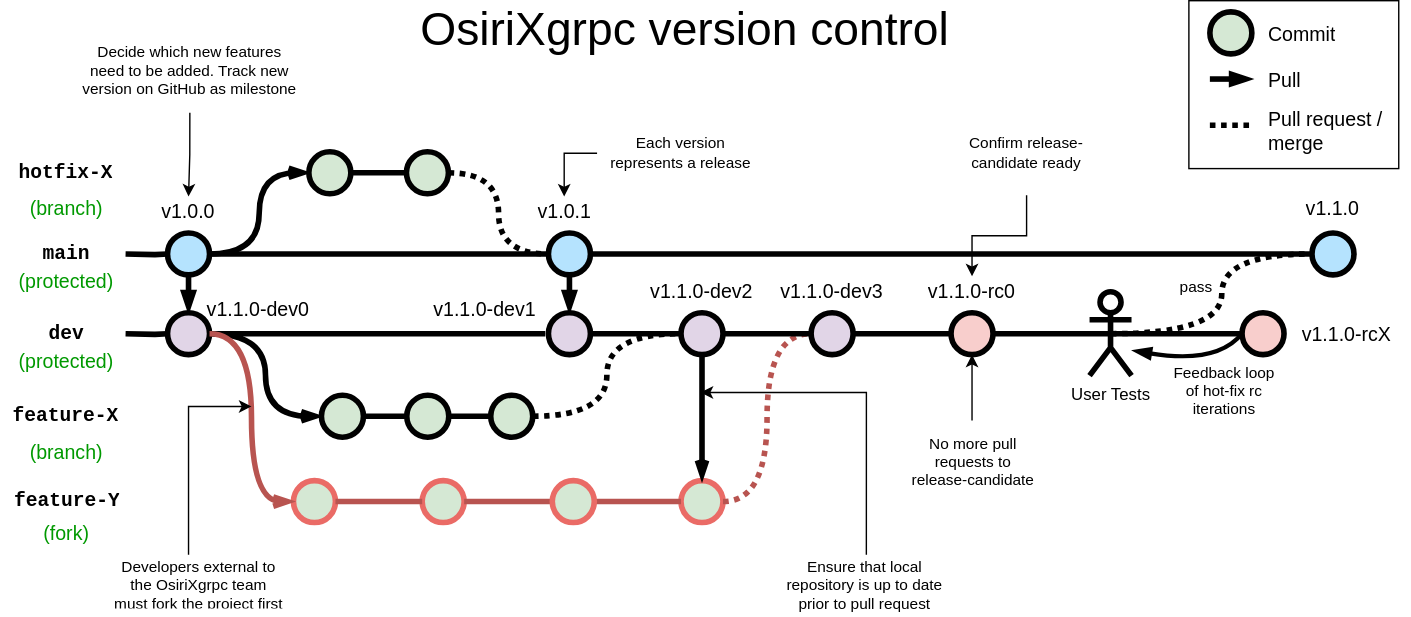
osirixgrpc/osirixgrpc keeps this draw.io diagram as docs/docs/assets/osirixgrpc.drawio.svg. Above is the earlier version. Source tidied: cells renumbered, new cells last; positions are measured from the earlier drawing's top-left corner, leaving out a move shared by most shapes.
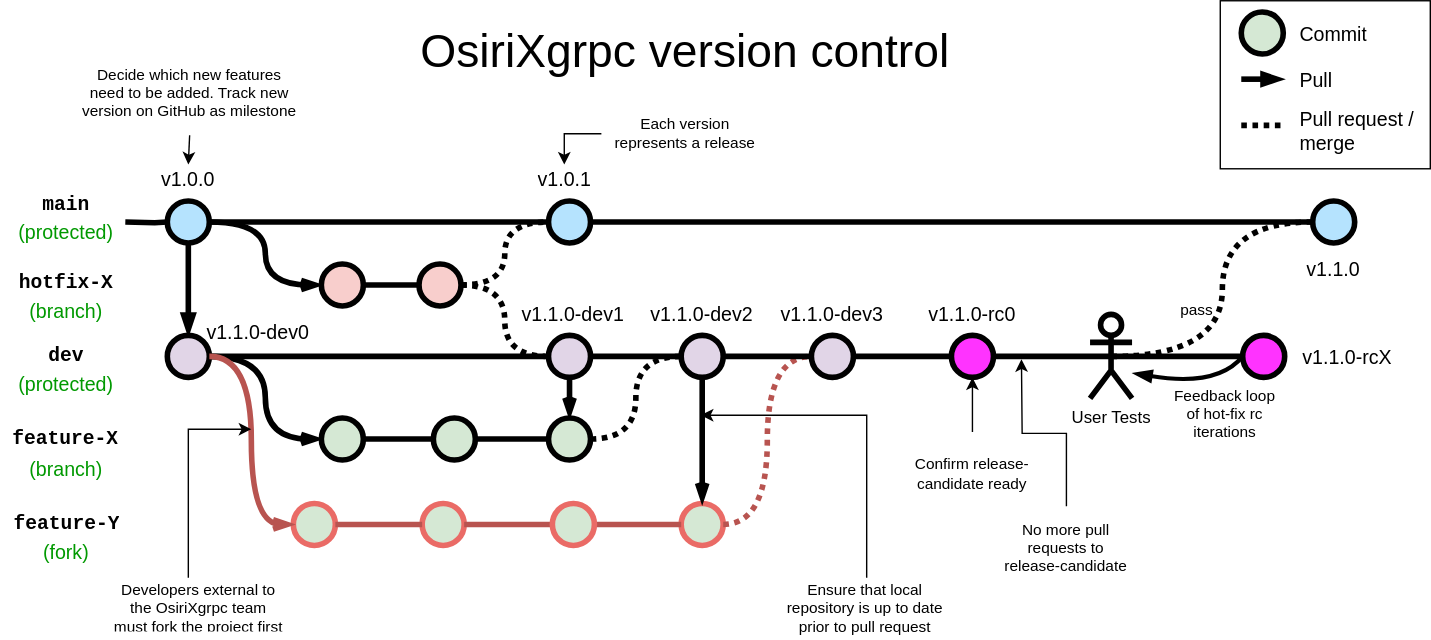
Later version of the same file.

Commit message:
Updated hotfix within image

What changed in the source:
```diff
@@ -4,2 +4,32 @@
     <mxCell id="1" parent="0" />
+    <mxCell id="82" style="group;" parent="1" vertex="1">
+      <mxGeometry x="850" width="150" height="130" as="geometry" />
+    </mxCell>
+    <mxCell id="83" style="rounded=0;whiteSpace=wrap;html=1;fillColor=none;" parent="82" vertex="1">
+      <mxGeometry x="22" y="-16" width="150" height="120" as="geometry" />
+    </mxCell>
+    <mxCell id="84" style="verticalLabelPosition=bottom;verticalAlign=top;html=1;strokeWidth=4;shape=mxgraph.flowchart.on-page_reference;plain-purple;gradientColor=none;strokeColor=#000000;fillColor=#D5E8D4;" parent="82" vertex="1">
+      <mxGeometry x="37" y="-8" width="30" height="30" as="geometry" />
+    </mxCell>
+    <mxCell id="85" value="Commit" style="text;html=1;strokeColor=none;fillColor=none;align=left;verticalAlign=middle;whiteSpace=wrap;overflow=hidden;fontSize=14;" parent="82" vertex="1">
+      <mxGeometry x="77" y="-3" width="90" height="20" as="geometry" />
+    </mxCell>
+    <mxCell id="86" style="endArrow=blockThin;html=1;rounded=0;strokeWidth=4;endFill=1;" parent="82" edge="1">
+      <mxGeometry relative="1" as="geometry">
+        <mxPoint x="37" y="40" as="sourcePoint" />
+        <mxPoint x="67" y="40" as="targetPoint" />
+      </mxGeometry>
+    </mxCell>
+    <mxCell id="87" value="Pull" style="text;html=1;strokeColor=none;fillColor=none;align=left;verticalAlign=middle;whiteSpace=wrap;overflow=hidden;fontSize=14;" parent="82" vertex="1">
+      <mxGeometry x="77" y="30" width="90" height="20" as="geometry" />
+    </mxCell>
+    <mxCell id="88" style="endArrow=none;html=1;rounded=0;strokeWidth=4;dashed=1;dashPattern=1 1;" parent="82" edge="1">
+      <mxGeometry relative="1" as="geometry">
+        <mxPoint x="37" y="73" as="sourcePoint" />
+        <mxPoint x="67" y="73" as="targetPoint" />
+      </mxGeometry>
+    </mxCell>
+    <mxCell id="89" value="Pull request / merge" style="text;html=1;strokeColor=none;fillColor=none;align=left;verticalAlign=middle;whiteSpace=wrap;overflow=hidden;fontSize=14;" parent="82" vertex="1">
+      <mxGeometry x="77" y="56" width="90" height="42" as="geometry" />
+    </mxCell>
     <mxCell id="2" style="edgeStyle=orthogonalEdgeStyle;rounded=0;html=1;jettySize=auto;plain-blue;endArrow=none;endFill=0;strokeWidth=4;strokeColor=#000000;entryX=0;entryY=0.5;entryDx=0;entryDy=0;entryPerimeter=0;" parent="1" edge="1" source="4" target="22">
@@ -11,6 +41,6 @@
     <mxCell id="4" style="verticalLabelPosition=bottom;verticalAlign=top;html=1;strokeWidth=4;shape=mxgraph.flowchart.on-page_reference;plain-blue;gradientColor=none;fillColor=#B5E3Fe;strokeColor=#000000;" parent="1" vertex="1">
-      <mxGeometry x="120" y="166" width="30" height="30" as="geometry" />
+      <mxGeometry x="120" y="127" width="30" height="30" as="geometry" />
     </mxCell>
     <mxCell id="5" style="verticalLabelPosition=bottom;verticalAlign=top;html=1;strokeWidth=4;shape=mxgraph.flowchart.on-page_reference;plain-blue;gradientColor=none;strokeColor=#000000;fillColor=#B5E3FE;" parent="1" vertex="1">
-      <mxGeometry x="938" y="166" width="30" height="30" as="geometry" />
+      <mxGeometry x="938" y="127" width="30" height="30" as="geometry" />
     </mxCell>
@@ -18,3 +48,3 @@
       <mxGeometry x="192.2" y="211" as="geometry">
-        <mxPoint x="90" y="181" as="sourcePoint" />
+        <mxPoint x="90" y="142" as="sourcePoint" />
       </mxGeometry>
@@ -22,3 +52,3 @@
     <mxCell id="7" value="main" style="text;html=1;strokeColor=none;fillColor=none;align=center;verticalAlign=middle;whiteSpace=wrap;overflow=hidden;fontSize=14;fontStyle=1;fontFamily=Courier New;" parent="1" vertex="1">
-      <mxGeometry x="23" y="160" width="50" height="42" as="geometry" />
+      <mxGeometry x="23" y="109" width="50" height="42" as="geometry" />
     </mxCell>
@@ -28,6 +58,6 @@
     <mxCell id="9" value="(protected)" style="text;html=1;strokeColor=none;fillColor=none;align=left;verticalAlign=middle;whiteSpace=wrap;overflow=hidden;fontSize=14;fontStyle=0;fontColor=#009900;" parent="1" vertex="1">
-      <mxGeometry x="12.1" y="190" width="71.8" height="20" as="geometry" />
+      <mxGeometry x="12.1" y="139" width="71.8" height="20" as="geometry" />
     </mxCell>
     <mxCell id="10" value="v1.0.0" style="text;html=1;strokeColor=none;fillColor=none;align=center;verticalAlign=middle;whiteSpace=wrap;overflow=hidden;fontSize=14;" parent="1" vertex="1">
-      <mxGeometry x="100" y="140" width="70" height="20" as="geometry" />
+      <mxGeometry x="100" y="101" width="70" height="20" as="geometry" />
     </mxCell>
@@ -37,3 +67,3 @@
     <mxCell id="12" value="&lt;span style=&quot;font-size: 11px;&quot;&gt;Each version represents a release&lt;/span&gt;" style="text;html=1;strokeColor=none;fillColor=none;align=center;verticalAlign=middle;whiteSpace=wrap;overflow=hidden;fontSize=11;fontStyle=0;fontColor=#000000;" parent="1" vertex="1">
-      <mxGeometry x="427" y="90" width="120" height="38" as="geometry" />
+      <mxGeometry x="430" y="60" width="120" height="38" as="geometry" />
     </mxCell>
@@ -42,9 +72,4 @@
     </mxCell>
-    <mxCell id="14" style="endArrow=classic;html=1;strokeWidth=1;fontFamily=Courier New;fontColor=#009900;entryX=0.5;entryY=1;entryDx=0;entryDy=0;entryPerimeter=0;" parent="1" edge="1" target="56">
-      <mxGeometry relative="1" as="geometry">
-        <mxPoint x="695" y="300" as="sourcePoint" />
-      </mxGeometry>
-    </mxCell>
     <mxCell id="15" value="&lt;span style=&quot;font-size: 11px;&quot;&gt;No more pull requests to release-candidate&lt;br style=&quot;font-size: 11px;&quot;&gt;&lt;/span&gt;" style="text;html=1;strokeColor=none;fillColor=none;align=center;verticalAlign=middle;whiteSpace=wrap;overflow=hidden;fontSize=11;fontStyle=0;fontColor=#000000;" parent="1" vertex="1">
-      <mxGeometry x="647.1" y="300" width="97.8" height="60" as="geometry" />
+      <mxGeometry x="713.2" y="345" width="97.8" height="60" as="geometry" />
     </mxCell>
@@ -54,3 +79,3 @@
     <mxCell id="17" value="v1.0.1" style="text;html=1;strokeColor=none;fillColor=none;align=center;verticalAlign=middle;whiteSpace=wrap;overflow=hidden;fontSize=14;" parent="1" vertex="1">
-      <mxGeometry x="368.5" y="140" width="70" height="20" as="geometry" />
+      <mxGeometry x="368.5" y="101" width="70" height="20" as="geometry" />
     </mxCell>
@@ -59,7 +84,7 @@
     </mxCell>
-    <mxCell id="19" style="verticalLabelPosition=bottom;verticalAlign=top;html=1;strokeWidth=4;shape=mxgraph.flowchart.on-page_reference;plain-purple;gradientColor=none;strokeColor=#000000;fillColor=#D5E8D4;" parent="1" vertex="1">
-      <mxGeometry x="221" y="108" width="30" height="30" as="geometry" />
+    <mxCell id="19" style="verticalLabelPosition=bottom;verticalAlign=top;html=1;strokeWidth=4;shape=mxgraph.flowchart.on-page_reference;strokeColor=#000000;fillColor=#f8cecc;" parent="1" vertex="1">
+      <mxGeometry x="230" y="172" width="30" height="30" as="geometry" />
     </mxCell>
-    <mxCell id="20" style="verticalLabelPosition=bottom;verticalAlign=top;html=1;strokeWidth=4;shape=mxgraph.flowchart.on-page_reference;plain-purple;gradientColor=none;strokeColor=#000000;fillColor=#D5E8D4;" parent="1" vertex="1">
-      <mxGeometry x="290.8" y="108" width="30" height="30" as="geometry" />
+    <mxCell id="20" style="verticalLabelPosition=bottom;verticalAlign=top;html=1;strokeWidth=4;shape=mxgraph.flowchart.on-page_reference;strokeColor=#000000;fillColor=#f8cecc;" parent="1" vertex="1">
+      <mxGeometry x="299.8" y="172" width="30" height="30" as="geometry" />
     </mxCell>
@@ -69,3 +94,3 @@
     <mxCell id="22" style="verticalLabelPosition=bottom;verticalAlign=top;html=1;strokeWidth=4;shape=mxgraph.flowchart.on-page_reference;plain-blue;gradientColor=none;fillColor=#B5E3Fe;strokeColor=#000000;" parent="1" vertex="1">
-      <mxGeometry x="392.2" y="166" width="30" height="30" as="geometry" />
+      <mxGeometry x="392.2" y="127" width="30" height="30" as="geometry" />
     </mxCell>
@@ -83,7 +108,2 @@
     </mxCell>
-    <mxCell id="27" style="edgeStyle=orthogonalEdgeStyle;rounded=0;html=1;jettySize=auto;strokeWidth=4;endArrow=none;endFill=0;" parent="1" edge="1" target="25">
-      <mxGeometry x="192.2" y="211" as="geometry">
-        <mxPoint x="90" y="238" as="sourcePoint" />
-      </mxGeometry>
-    </mxCell>
     <mxCell id="28" value="dev" style="text;html=1;strokeColor=none;fillColor=none;align=center;verticalAlign=middle;whiteSpace=wrap;overflow=hidden;fontSize=14;fontStyle=1;fontFamily=Courier New;" parent="1" vertex="1">
@@ -98,3 +118,3 @@
     <mxCell id="31" style="verticalLabelPosition=bottom;verticalAlign=top;html=1;strokeWidth=4;shape=mxgraph.flowchart.on-page_reference;plain-purple;gradientColor=none;strokeColor=#000000;fillColor=#D5E8D4;" parent="1" vertex="1">
-      <mxGeometry x="291" y="282" width="30" height="30" as="geometry" />
+      <mxGeometry x="310" y="282" width="30" height="30" as="geometry" />
     </mxCell>
@@ -112,3 +132,3 @@
     <mxCell id="35" style="verticalLabelPosition=bottom;verticalAlign=top;html=1;strokeWidth=4;shape=mxgraph.flowchart.on-page_reference;plain-purple;gradientColor=none;strokeColor=#000000;fillColor=#D5E8D4;" parent="1" vertex="1">
-      <mxGeometry x="351" y="282" width="30" height="30" as="geometry" />
+      <mxGeometry x="392.2" y="282" width="30" height="30" as="geometry" />
     </mxCell>
@@ -121,7 +141,4 @@
     <mxCell id="38" value="v1.1.0" style="text;html=1;strokeColor=none;fillColor=none;align=center;verticalAlign=middle;whiteSpace=wrap;overflow=hidden;fontSize=14;" parent="1" vertex="1">
-      <mxGeometry x="918" y="138" width="70" height="20" as="geometry" />
+      <mxGeometry x="918" y="165" width="70" height="20" as="geometry" />
     </mxCell>
-    <mxCell id="39" style="edgeStyle=orthogonalEdgeStyle;rounded=0;html=1;jettySize=auto;plain-blue;endArrow=blockThin;endFill=1;strokeWidth=4;strokeColor=#000000;exitX=0.5;exitY=1;exitDx=0;exitDy=0;exitPerimeter=0;entryX=0.5;entryY=0;entryDx=0;entryDy=0;entryPerimeter=0;" parent="1" edge="1" source="22" target="36">
-      <mxGeometry x="292.2" y="211" as="geometry" />
-    </mxCell>
     <mxCell id="40" value="v1.1.0-dev0" style="text;html=1;strokeColor=none;fillColor=none;align=center;verticalAlign=middle;whiteSpace=wrap;overflow=hidden;fontSize=14;" parent="1" vertex="1">
@@ -130,7 +147,4 @@
     <mxCell id="41" value="v1.1.0-dev1" style="text;html=1;strokeColor=none;fillColor=none;align=center;verticalAlign=middle;whiteSpace=wrap;overflow=hidden;fontSize=14;" parent="1" vertex="1">
-      <mxGeometry x="302.2" y="210" width="90" height="20" as="geometry" />
+      <mxGeometry x="365" y="197" width="90" height="20" as="geometry" />
     </mxCell>
-    <mxCell id="42" value="hotfix-X" style="text;html=1;strokeColor=none;fillColor=none;align=center;verticalAlign=middle;whiteSpace=wrap;overflow=hidden;fontSize=14;fontStyle=1;fontFamily=Courier New;" parent="1" vertex="1">
-      <mxGeometry x="0.5" y="102" width="95" height="42" as="geometry" />
-    </mxCell>
     <mxCell id="43" value="v1.1.0-dev2" style="text;html=1;strokeColor=none;fillColor=none;align=center;verticalAlign=middle;whiteSpace=wrap;overflow=hidden;fontSize=14;" parent="1" vertex="1">
@@ -174,3 +188,3 @@
     </mxCell>
-    <mxCell id="56" style="verticalLabelPosition=bottom;verticalAlign=top;html=1;strokeWidth=4;shape=mxgraph.flowchart.on-page_reference;strokeColor=#000000;fillColor=#f8cecc;" parent="1" vertex="1">
+    <mxCell id="56" style="verticalLabelPosition=bottom;verticalAlign=top;html=1;strokeWidth=4;shape=mxgraph.flowchart.on-page_reference;strokeColor=#000000;fillColor=#FF33FF;" parent="1" vertex="1">
       <mxGeometry x="680" y="223" width="30" height="30" as="geometry" />
@@ -189,3 +203,3 @@
     </mxCell>
-    <mxCell id="61" style="verticalLabelPosition=bottom;verticalAlign=top;html=1;strokeWidth=4;shape=mxgraph.flowchart.on-page_reference;strokeColor=#000000;fillColor=#f8cecc;" parent="1" vertex="1">
+    <mxCell id="61" style="verticalLabelPosition=bottom;verticalAlign=top;html=1;strokeWidth=4;shape=mxgraph.flowchart.on-page_reference;strokeColor=#000000;fillColor=#FF33FF;" parent="1" vertex="1">
       <mxGeometry x="888" y="223" width="30" height="30" as="geometry" />
@@ -222,3 +236,3 @@
     <mxCell id="70" value="(fork)" style="text;html=1;strokeColor=none;fillColor=none;align=center;verticalAlign=middle;whiteSpace=wrap;overflow=hidden;fontSize=14;fontStyle=0;fontColor=#009900;" parent="1" vertex="1">
-      <mxGeometry x="12.1" y="370" width="71.8" height="20" as="geometry" />
+      <mxGeometry x="12.1" y="367" width="71.8" height="20" as="geometry" />
     </mxCell>
@@ -257,8 +271,5 @@
     <mxCell id="78" value="(branch)" style="text;html=1;strokeColor=none;fillColor=none;align=center;verticalAlign=middle;whiteSpace=wrap;overflow=hidden;fontSize=14;fontStyle=0;fontColor=#009900;" parent="1" vertex="1">
-      <mxGeometry x="12.1" y="312" width="71.8" height="20" as="geometry" />
+      <mxGeometry x="12.1" y="308" width="71.8" height="20" as="geometry" />
     </mxCell>
-    <mxCell id="79" value="(branch)" style="text;html=1;strokeColor=none;fillColor=none;align=center;verticalAlign=middle;whiteSpace=wrap;overflow=hidden;fontSize=14;fontStyle=0;fontColor=#009900;" parent="1" vertex="1">
-      <mxGeometry x="12.1" y="138" width="71.8" height="20" as="geometry" />
-    </mxCell>
-    <mxCell id="80" style="edgeStyle=orthogonalEdgeStyle;rounded=0;jettySize=auto;html=1;entryX=0.5;entryY=0;entryDx=0;entryDy=0;" parent="1" edge="1" source="81" target="57">
+    <mxCell id="80" style="edgeStyle=orthogonalEdgeStyle;rounded=0;jettySize=auto;html=1;entryX=0.5;entryY=1;entryDx=0;entryDy=0;entryPerimeter=0;" parent="1" edge="1" source="81" target="56">
       <mxGeometry relative="1" as="geometry" />
@@ -266,34 +277,24 @@
     <mxCell id="81" value="&lt;span style=&quot;font-size: 11px;&quot;&gt;Confirm release-candidate ready&lt;br style=&quot;font-size: 11px;&quot;&gt;&lt;/span&gt;" style="text;html=1;strokeColor=none;fillColor=none;align=center;verticalAlign=middle;whiteSpace=wrap;overflow=hidden;fontSize=11;fontStyle=0;fontColor=#000000;" parent="1" vertex="1">
-      <mxGeometry x="684" y="79" width="100" height="60" as="geometry" />
+      <mxGeometry x="645" y="292" width="100" height="60" as="geometry" />
     </mxCell>
-    <mxCell id="82" style="group;" parent="1" vertex="1">
-      <mxGeometry x="850" width="150" height="130" as="geometry" />
-    </mxCell>
-    <mxCell id="83" style="rounded=0;whiteSpace=wrap;html=1;fillColor=none;" parent="82" vertex="1">
-      <mxGeometry width="150" height="120" as="geometry" />
-    </mxCell>
-    <mxCell id="84" style="verticalLabelPosition=bottom;verticalAlign=top;html=1;strokeWidth=4;shape=mxgraph.flowchart.on-page_reference;plain-purple;gradientColor=none;strokeColor=#000000;fillColor=#D5E8D4;" parent="82" vertex="1">
-      <mxGeometry x="15" y="8" width="30" height="30" as="geometry" />
-    </mxCell>
-    <mxCell id="85" value="Commit" style="text;html=1;strokeColor=none;fillColor=none;align=left;verticalAlign=middle;whiteSpace=wrap;overflow=hidden;fontSize=14;" parent="82" vertex="1">
-      <mxGeometry x="55" y="13" width="90" height="20" as="geometry" />
-    </mxCell>
-    <mxCell id="86" style="endArrow=blockThin;html=1;rounded=0;strokeWidth=4;endFill=1;" parent="82" edge="1">
-      <mxGeometry relative="1" as="geometry">
-        <mxPoint x="15" y="56" as="sourcePoint" />
-        <mxPoint x="45" y="56" as="targetPoint" />
-      </mxGeometry>
-    </mxCell>
-    <mxCell id="87" value="Pull" style="text;html=1;strokeColor=none;fillColor=none;align=left;verticalAlign=middle;whiteSpace=wrap;overflow=hidden;fontSize=14;" parent="82" vertex="1">
-      <mxGeometry x="55" y="46" width="90" height="20" as="geometry" />
-    </mxCell>
-    <mxCell id="88" style="endArrow=none;html=1;rounded=0;strokeWidth=4;dashed=1;dashPattern=1 1;" parent="82" edge="1">
-      <mxGeometry relative="1" as="geometry">
-        <mxPoint x="15" y="89" as="sourcePoint" />
-        <mxPoint x="45" y="89" as="targetPoint" />
-      </mxGeometry>
-    </mxCell>
-    <mxCell id="89" value="Pull request / merge" style="text;html=1;strokeColor=none;fillColor=none;align=left;verticalAlign=middle;whiteSpace=wrap;overflow=hidden;fontSize=14;" parent="82" vertex="1">
-      <mxGeometry x="55" y="72" width="90" height="42" as="geometry" />
-    </mxCell>
+    <mxCell id="90" style="edgeStyle=orthogonalEdgeStyle;curved=1;rounded=0;html=1;endArrow=none;endFill=0;jettySize=auto;strokeWidth=4;fontSize=15;dashed=1;dashPattern=1 1;exitX=1;exitY=0.5;exitDx=0;exitDy=0;exitPerimeter=0;entryX=0;entryY=0.5;entryDx=0;entryDy=0;entryPerimeter=0;" parent="1" edge="1" source="20" target="36">
+      <mxGeometry relative="1" as="geometry" />
+    </mxCell>
+    <mxCell id="91" style="edgeStyle=orthogonalEdgeStyle;rounded=0;jettySize=auto;html=1;exitX=0.5;exitY=1;exitDx=0;exitDy=0;exitPerimeter=0;entryX=0.5;entryY=0;entryDx=0;entryDy=0;entryPerimeter=0;strokeWidth=4;endArrow=openThin;endFill=0;" parent="1" edge="1" source="36" target="35">
+      <mxGeometry relative="1" as="geometry" />
+    </mxCell>
+    <mxCell id="92" style="edgeStyle=orthogonalEdgeStyle;rounded=0;jettySize=auto;html=1;exitX=0.5;exitY=0;exitDx=0;exitDy=0;" parent="1" edge="1" source="15">
+      <mxGeometry relative="1" as="geometry">
+        <mxPoint x="730" y="240" as="targetPoint" />
+      </mxGeometry>
+    </mxCell>
+    <mxCell id="93" style="group;" parent="1" vertex="1">
+      <mxGeometry x="5" y="167" width="85.9" height="48" as="geometry" />
+    </mxCell>
+    <mxCell id="42" value="hotfix-X" style="text;html=1;strokeColor=none;fillColor=none;align=center;verticalAlign=middle;whiteSpace=wrap;overflow=hidden;fontSize=14;fontStyle=1;fontFamily=Courier New;" parent="93" vertex="1">
+      <mxGeometry width="85.9" height="38" as="geometry" />
+    </mxCell>
+    <mxCell id="79" value="(branch)" style="text;html=1;strokeColor=none;fillColor=none;align=center;verticalAlign=middle;whiteSpace=wrap;overflow=hidden;fontSize=14;fontStyle=0;fontColor=#009900;" parent="93" vertex="1">
+      <mxGeometry x="7.1" y="28" width="71.8" height="20" as="geometry" />
+    </mxCell>
   </root>
```
